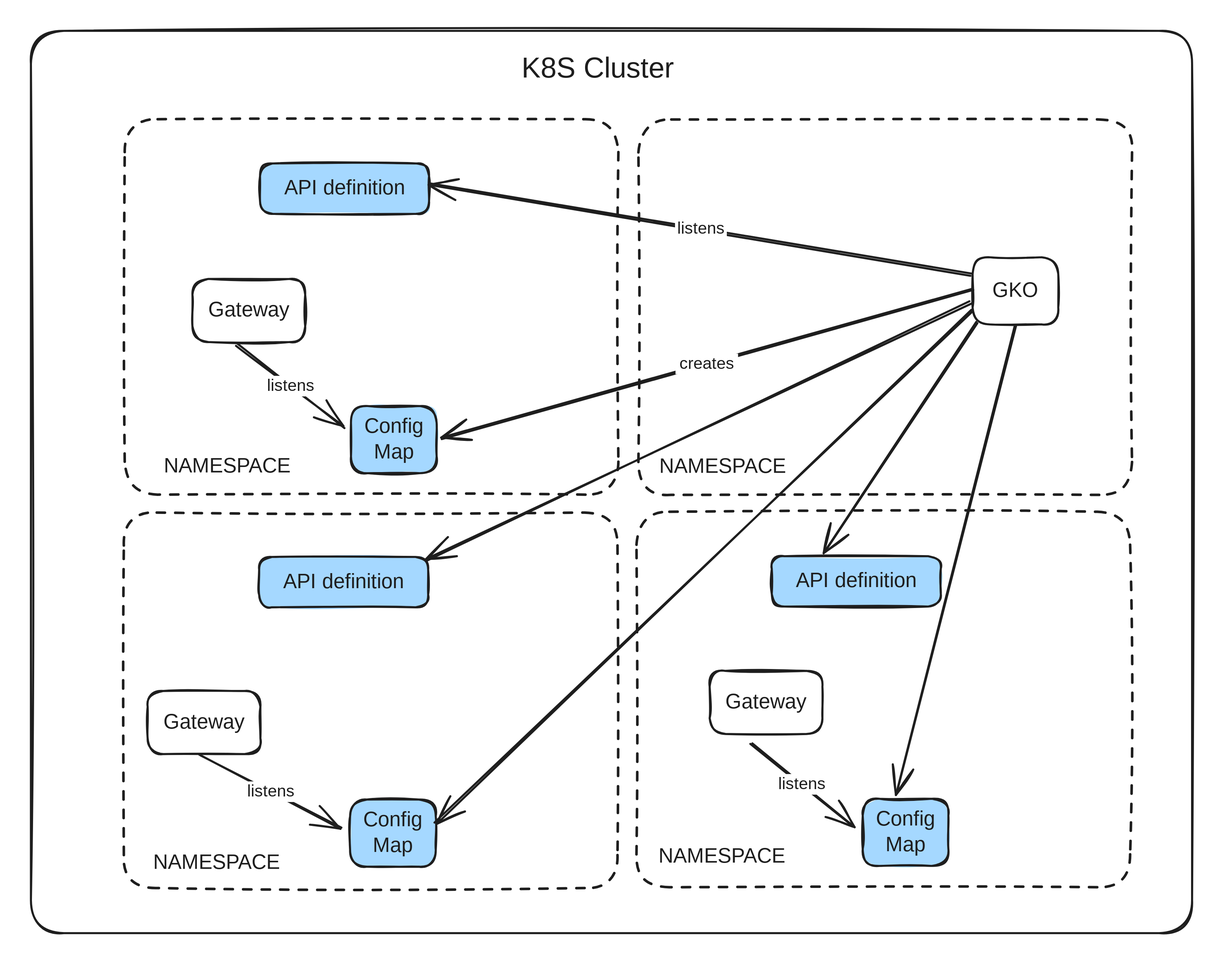
gravitee-io/gravitee-platform-docs keeps this Excalidraw diagram as docs/apim/4.2/.gitbook/assets/file.excalidraw.svg. Above is the earlier version. Source tidied: one line per element, renumbered; positions are measured from the earlier drawing's top-left corner, leaving out a move shared by most shapes.
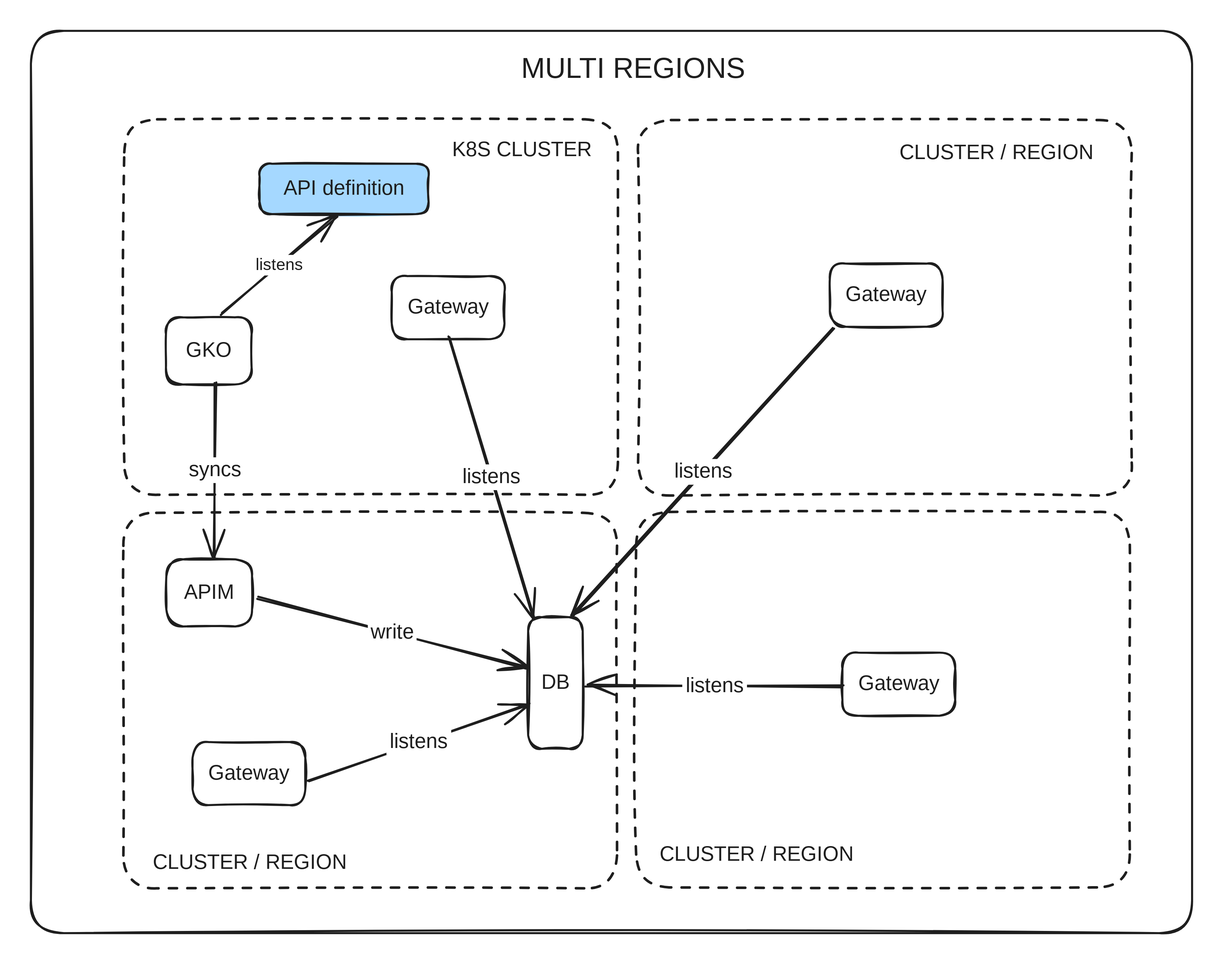
Later version of the same file.

The edit, as a diff of the source:
```diff
@@ -1,44 +1,40 @@
-{"id": 0, "type": "rectangle", "strokeColor": "#1e1e1e", "strokeWidth": 2, "roughness": 1, "round": true, "x": 157, "y": 241, "width": 110, "height": 61}
-{"id": 1, "type": "text", "text": "Gateway", "strokeColor": "#1e1e1e", "strokeWidth": 2, "roughness": 1, "fontSize": 20, "fontFamily": 1, "textAlign": "center", "verticalAlign": "middle", "inside": 0, "x": 169, "y": 259, "width": 86, "height": 25}
-{"id": 2, "type": "rectangle", "strokeColor": "#1e1e1e", "backgroundColor": "#a5d8ff", "fillStyle": "solid", "strokeWidth": 2, "roughness": 1, "round": true, "x": 223, "y": 129, "width": 164, "height": 49}
-{"id": 3, "type": "text", "text": "API definition", "strokeColor": "#1e1e1e", "strokeWidth": 2, "roughness": 1, "fontSize": 20, "fontFamily": 1, "textAlign": "center", "verticalAlign": "middle", "inside": 2, "x": 238, "y": 141, "width": 133, "height": 25}
-{"id": 4, "type": "rectangle", "strokeColor": "#1e1e1e", "backgroundColor": "#a5d8ff", "fillStyle": "solid", "strokeWidth": 2, "roughness": 1, "round": true, "x": 311, "y": 365, "width": 83, "height": 65}
-{"id": 5, "type": "text", "text": "Config\nMap", "strokeColor": "#1e1e1e", "strokeWidth": 2, "roughness": 1, "fontSize": 20, "fontFamily": 1, "textAlign": "center", "verticalAlign": "middle", "inside": 4, "x": 324, "y": 372, "width": 57, "height": 50}
-{"id": 6, "type": "rectangle", "strokeColor": "#1e1e1e", "strokeWidth": 2, "strokeStyle": "dashed", "roughness": 1, "round": true, "x": 91, "y": 86, "width": 480, "height": 365}
-{"id": 7, "type": "rectangle", "strokeColor": "#1e1e1e", "strokeWidth": 2, "roughness": 1, "round": true, "x": 916, "y": 220, "width": 83, "height": 65}
+{"id": 44, "type": "rectangle", "strokeColor": "#1e1e1e", "strokeWidth": 2, "roughness": 1, "round": true, "x": 916, "y": 220, "width": 83, "height": 65}
-{"id": 8, "type": "text", "text": "GKO", "strokeColor": "#1e1e1e", "strokeWidth": 2, "roughness": 1, "fontSize": 20, "fontFamily": 1, "textAlign": "center", "verticalAlign": "middle", "inside": 7, "x": 936, "y": 240, "width": 43, "height": 25}
+{"id": 8, "type": "text", "text": "GKO", "strokeColor": "#1e1e1e", "strokeWidth": 2, "roughness": 1, "fontSize": 20, "fontFamily": 1, "textAlign": "center", "verticalAlign": "middle", "inside": 44, "x": 936, "y": 240, "width": 43, "height": 25}
-{"id": 9, "type": "rectangle", "strokeColor": "#1e1e1e", "strokeWidth": 2, "strokeStyle": "dashed", "roughness": 1, "round": true, "x": 591, "y": 86, "width": 480, "height": 365}
-{"id": 10, "type": "rectangle", "strokeColor": "#1e1e1e", "strokeWidth": 2, "roughness": 1, "round": true, "x": 114, "y": 642, "width": 110, "height": 61}
-{"id": 11, "type": "text", "text": "Gateway", "strokeColor": "#1e1e1e", "strokeWidth": 2, "roughness": 1, "fontSize": 20, "fontFamily": 1, "textAlign": "center", "verticalAlign": "middle", "inside": 10, "x": 125, "y": 660, "width": 86, "height": 25}
-{"id": 12, "type": "rectangle", "strokeColor": "#1e1e1e", "backgroundColor": "#a5d8ff", "fillStyle": "solid", "strokeWidth": 2, "roughness": 1, "round": true, "x": 222, "y": 512, "width": 164, "height": 49}
-{"id": 13, "type": "text", "text": "API definition", "strokeColor": "#1e1e1e", "strokeWidth": 2, "roughness": 1, "fontSize": 20, "fontFamily": 1, "textAlign": "center", "verticalAlign": "middle", "inside": 12, "x": 237, "y": 523, "width": 133, "height": 25}
-{"id": 14, "type": "rectangle", "strokeColor": "#1e1e1e", "backgroundColor": "#a5d8ff", "fillStyle": "solid", "strokeWidth": 2, "roughness": 1, "round": true, "x": 310, "y": 747, "width": 83, "height": 65}
-{"id": 15, "type": "text", "text": "Config\nMap", "strokeColor": "#1e1e1e", "strokeWidth": 2, "roughness": 1, "fontSize": 20, "fontFamily": 1, "textAlign": "center", "verticalAlign": "middle", "inside": 14, "x": 323, "y": 755, "width": 57, "height": 50}
-{"id": 16, "type": "rectangle", "strokeColor": "#1e1e1e", "strokeWidth": 2, "strokeStyle": "dashed", "roughness": 1, "round": true, "x": 90, "y": 468, "width": 480, "height": 365}
-{"id": 17, "type": "rectangle", "strokeColor": "#1e1e1e", "strokeWidth": 2, "roughness": 1, "round": true, "x": 660, "y": 622, "width": 110, "height": 61}
-{"id": 18, "type": "text", "text": "Gateway", "strokeColor": "#1e1e1e", "strokeWidth": 2, "roughness": 1, "fontSize": 20, "fontFamily": 1, "textAlign": "center", "verticalAlign": "middle", "inside": 17, "x": 672, "y": 640, "width": 86, "height": 25}
-{"id": 19, "type": "rectangle", "strokeColor": "#1e1e1e", "backgroundColor": "#a5d8ff", "fillStyle": "solid", "strokeWidth": 2, "roughness": 1, "round": true, "x": 721, "y": 511, "width": 164, "height": 49}
-{"id": 20, "type": "text", "text": "API definition", "strokeColor": "#1e1e1e", "strokeWidth": 2, "roughness": 1, "fontSize": 20, "fontFamily": 1, "textAlign": "center", "verticalAlign": "middle", "inside": 19, "x": 736, "y": 523, "width": 133, "height": 25}
-{"id": 21, "type": "rectangle", "strokeColor": "#1e1e1e", "backgroundColor": "#a5d8ff", "fillStyle": "solid", "strokeWidth": 2, "roughness": 1, "round": true, "x": 809, "y": 747, "width": 83, "height": 65}
-{"id": 22, "type": "text", "text": "Config\nMap", "strokeColor": "#1e1e1e", "strokeWidth": 2, "roughness": 1, "fontSize": 20, "fontFamily": 1, "textAlign": "center", "verticalAlign": "middle", "inside": 21, "x": 822, "y": 754, "width": 57, "height": 50}
-{"id": 23, "type": "rectangle", "strokeColor": "#1e1e1e", "strokeWidth": 2, "strokeStyle": "dashed", "roughness": 1, "round": true, "x": 589, "y": 468, "width": 480, "height": 365}
-{"id": 24, "type": "rectangle", "strokeColor": "#1e1e1e", "strokeWidth": 2, "roughness": 1, "round": true, "x": 0, "y": 0, "width": 1129, "height": 877}
-{"id": 25, "type": "text", "text": "K8S Cluster", "strokeColor": "#1e1e1e", "strokeWidth": 2, "roughness": 1, "fontSize": 28, "fontFamily": 1, "x": 477, "y": 20, "width": 169, "height": 35}
-{"id": 26, "type": "text", "text": "NAMESPACE", "strokeColor": "#1e1e1e", "strokeWidth": 2, "roughness": 1, "fontSize": 20, "fontFamily": 1, "x": 129, "y": 411, "width": 120, "height": 25}
-{"id": 27, "type": "text", "text": "NAMESPACE", "strokeColor": "#1e1e1e", "strokeWidth": 2, "roughness": 1, "fontSize": 20, "fontFamily": 1, "x": 119, "y": 796, "width": 120, "height": 25}
-{"id": 28, "type": "text", "text": "NAMESPACE", "strokeColor": "#1e1e1e", "strokeWidth": 2, "roughness": 1, "fontSize": 20, "fontFamily": 1, "x": 611, "y": 412, "width": 120, "height": 25}
-{"id": 29, "type": "text", "text": "NAMESPACE", "strokeColor": "#1e1e1e", "strokeWidth": 2, "roughness": 1, "fontSize": 20, "fontFamily": 1, "x": 610, "y": 791, "width": 120, "height": 25}
-{"id": 30, "type": "arrow", "strokeColor": "#1e1e1e", "strokeWidth": 2, "roughness": 1, "endArrowhead": "arrow", "round": true, "from": 0, "to": 4, "x": 201, "y": 305, "width": 104, "height": 81, "points": [[0, 0], [104, 81]]}
-{"id": 31, "type": "text", "text": "listens", "strokeColor": "#1e1e1e", "strokeWidth": 2, "roughness": 1, "fontSize": 16, "fontFamily": 1, "textAlign": "center", "verticalAlign": "middle", "inside": 30, "x": 228, "y": 335, "width": 50, "height": 20}
-{"id": 32, "type": "arrow", "strokeColor": "#1e1e1e", "strokeWidth": 2, "roughness": 1, "endArrowhead": "arrow", "round": true, "from": 10, "to": 14, "x": 165, "y": 704, "width": 137, "height": 71, "points": [[0, 0], [137, 71]]}
-{"id": 33, "type": "text", "text": "listens", "strokeColor": "#1e1e1e", "strokeWidth": 2, "roughness": 1, "fontSize": 16, "fontFamily": 1, "textAlign": "center", "verticalAlign": "middle", "inside": 32, "x": 208, "y": 730, "width": 50, "height": 20}
-{"id": 34, "type": "arrow", "strokeColor": "#1e1e1e", "strokeWidth": 2, "roughness": 1, "endArrowhead": "arrow", "round": true, "from": 17, "to": 21, "x": 700, "y": 692, "width": 99, "height": 81, "points": [[0, 0], [99, 81]]}
-{"id": 35, "type": "text", "text": "listens", "strokeColor": "#1e1e1e", "strokeWidth": 2, "roughness": 1, "fontSize": 16, "fontFamily": 1, "textAlign": "center", "verticalAlign": "middle", "inside": 34, "x": 725, "y": 723, "width": 50, "height": 20}
-{"id": 36, "type": "arrow", "strokeColor": "#1e1e1e", "strokeWidth": 2, "roughness": 1, "endArrowhead": "arrow", "round": true, "from": 7, "to": 2, "x": 915, "y": 237, "width": 526, "height": 88, "points": [[0, 0], [-526, -88]]}
-{"id": 37, "type": "text", "text": "listens", "strokeColor": "#1e1e1e", "strokeWidth": 2, "roughness": 1, "fontSize": 16, "fontFamily": 1, "textAlign": "center", "verticalAlign": "middle", "inside": 36, "x": 626, "y": 183, "width": 50, "height": 20}
-{"id": 38, "type": "arrow", "strokeColor": "#1e1e1e", "strokeWidth": 2, "roughness": 1, "endArrowhead": "arrow", "round": true, "to": 19, "x": 920, "y": 285, "width": 148, "height": 223, "points": [[0, 0], [-148, 223]]}
-{"id": 39, "type": "arrow", "strokeColor": "#1e1e1e", "strokeWidth": 2, "roughness": 1, "endArrowhead": "arrow", "round": true, "from": 7, "x": 913, "y": 264, "width": 529, "height": 251, "points": [[0, 0], [-529, 251]]}
-{"id": 40, "type": "arrow", "strokeColor": "#1e1e1e", "strokeWidth": 2, "roughness": 1, "endArrowhead": "arrow", "round": true, "from": 7, "to": 21, "x": 958, "y": 286, "width": 116, "height": 456, "points": [[0, 0], [-116, 456]]}
-{"id": 41, "type": "arrow", "strokeColor": "#1e1e1e", "strokeWidth": 2, "roughness": 1, "endArrowhead": "arrow", "round": true, "to": 4, "x": 916, "y": 252, "width": 517, "height": 144, "points": [[0, 0], [-517, 144]]}
-{"id": 42, "type": "text", "text": "creates", "strokeColor": "#1e1e1e", "strokeWidth": 2, "roughness": 1, "fontSize": 16, "fontFamily": 1, "textAlign": "center", "verticalAlign": "middle", "inside": 41, "x": 627, "y": 314, "width": 61, "height": 20}
-{"id": 43, "type": "arrow", "strokeColor": "#1e1e1e", "strokeWidth": 2, "roughness": 1, "endArrowhead": "arrow", "round": true, "x": 916, "y": 273, "width": 523, "height": 497, "points": [[0, 0], [-523, 497]]}
+{"id": 45, "type": "rectangle", "strokeColor": "#1e1e1e", "strokeWidth": 2, "roughness": 1, "round": true, "x": 1135, "y": 180, "width": 110, "height": 61}
+{"id": 46, "type": "text", "text": "Gateway", "strokeColor": "#1e1e1e", "strokeWidth": 2, "roughness": 1, "fontSize": 20, "fontFamily": 1, "textAlign": "center", "verticalAlign": "middle", "inside": 45, "x": 1147, "y": 198, "width": 86, "height": 25}
+{"id": 47, "type": "rectangle", "strokeColor": "#1e1e1e", "backgroundColor": "#a5d8ff", "fillStyle": "solid", "strokeWidth": 2, "roughness": 1, "round": true, "x": 1007, "y": 71, "width": 164, "height": 49}
+{"id": 48, "type": "text", "text": "API definition", "strokeColor": "#1e1e1e", "strokeWidth": 2, "roughness": 1, "fontSize": 20, "fontFamily": 1, "textAlign": "center", "verticalAlign": "middle", "inside": 47, "x": 1022, "y": 83, "width": 133, "height": 25}
+{"id": 49, "type": "arrow", "strokeColor": "#1e1e1e", "strokeWidth": 2, "roughness": 1, "endArrowhead": "arrow", "round": true, "from": 44, "to": 47, "x": 970, "y": 217, "width": 113, "height": 95, "points": [[0, 0], [113, -95]]}
+{"id": 50, "type": "text", "text": "listens", "strokeColor": "#1e1e1e", "strokeWidth": 2, "roughness": 1, "fontSize": 16, "fontFamily": 1, "textAlign": "center", "verticalAlign": "middle", "inside": 49, "x": 1001, "y": 159, "width": 50, "height": 20}
+{"id": 51, "type": "rectangle", "strokeColor": "#1e1e1e", "strokeWidth": 2, "strokeStyle": "dashed", "roughness": 1, "round": true, "x": 875, "y": 28, "width": 480, "height": 365}
+{"id": 52, "type": "rectangle", "strokeColor": "#1e1e1e", "strokeWidth": 2, "strokeStyle": "dashed", "roughness": 1, "round": true, "x": 1375, "y": 28, "width": 480, "height": 365}
+{"id": 53, "type": "rectangle", "strokeColor": "#1e1e1e", "strokeWidth": 2, "strokeStyle": "dashed", "roughness": 1, "round": true, "x": 874, "y": 410, "width": 480, "height": 365}
+{"id": 54, "type": "rectangle", "strokeColor": "#1e1e1e", "strokeWidth": 2, "strokeStyle": "dashed", "roughness": 1, "round": true, "x": 1373, "y": 409, "width": 480, "height": 365}
+{"id": 55, "type": "rectangle", "strokeColor": "#1e1e1e", "strokeWidth": 2, "roughness": 1, "round": true, "x": 784, "y": -58, "width": 1129, "height": 877}
+{"id": 56, "type": "text", "text": "MULTI REGIONS", "strokeColor": "#1e1e1e", "strokeWidth": 2, "roughness": 1, "fontSize": 28, "fontFamily": 1, "x": 1261, "y": -38, "width": 241, "height": 35}
+{"id": 57, "type": "text", "text": "K8S CLUSTER", "strokeColor": "#1e1e1e", "strokeWidth": 2, "roughness": 1, "fontSize": 20, "fontFamily": 1, "x": 1194, "y": 45, "width": 144, "height": 25}
+{"id": 58, "type": "text", "text": "CLUSTER / REGION", "strokeColor": "#1e1e1e", "strokeWidth": 2, "roughness": 1, "fontSize": 20, "fontFamily": 1, "x": 903, "y": 738, "width": 206, "height": 25}
+{"id": 59, "type": "text", "text": "CLUSTER / REGION", "strokeColor": "#1e1e1e", "strokeWidth": 2, "roughness": 1, "fontSize": 20, "fontFamily": 1, "x": 1629, "y": 48, "width": 206, "height": 25}
+{"id": 60, "type": "rectangle", "strokeColor": "#1e1e1e", "strokeWidth": 2, "roughness": 1, "round": true, "x": 916, "y": 455, "width": 83, "height": 65}
+{"id": 61, "type": "text", "text": "APIM", "strokeColor": "#1e1e1e", "strokeWidth": 2, "roughness": 1, "fontSize": 20, "fontFamily": 1, "textAlign": "center", "verticalAlign": "middle", "inside": 60, "x": 932, "y": 476, "width": 53, "height": 25}
+{"id": 62, "type": "rectangle", "strokeColor": "#1e1e1e", "strokeWidth": 2, "roughness": 1, "round": true, "x": 1268, "y": 512, "width": 53, "height": 128}
+{"id": 63, "type": "text", "text": "DB", "strokeColor": "#1e1e1e", "strokeWidth": 2, "roughness": 1, "fontSize": 20, "fontFamily": 1, "textAlign": "center", "verticalAlign": "middle", "inside": 62, "x": 1280, "y": 563, "width": 30, "height": 25}
+{"id": 64, "type": "rectangle", "strokeColor": "#1e1e1e", "strokeWidth": 2, "roughness": 1, "round": true, "x": 942, "y": 633, "width": 110, "height": 61}
+{"id": 65, "type": "text", "text": "Gateway", "strokeColor": "#1e1e1e", "strokeWidth": 2, "roughness": 1, "fontSize": 20, "fontFamily": 1, "textAlign": "center", "verticalAlign": "middle", "inside": 64, "x": 953, "y": 651, "width": 86, "height": 25}
+{"id": 66, "type": "arrow", "strokeColor": "#1e1e1e", "strokeWidth": 2, "roughness": 1, "endArrowhead": "arrow", "round": true, "from": 64, "x": 1055, "y": 670, "width": 214, "height": 74, "points": [[0, 0], [214, -74]]}
+{"id": 67, "type": "text", "text": "listens", "strokeColor": "#1e1e1e", "strokeWidth": 2, "roughness": 1, "fontSize": 20, "fontFamily": 1, "textAlign": "center", "verticalAlign": "middle", "inside": 66, "x": 1130, "y": 620, "width": 63, "height": 25}
+{"id": 68, "type": "arrow", "strokeColor": "#1e1e1e", "strokeWidth": 2, "roughness": 1, "endArrowhead": "arrow", "round": true, "to": 60, "x": 964, "y": 283, "width": 1, "height": 171, "points": [[0, 0], [-1, 171]]}
+{"id": 69, "type": "text", "text": "syncs", "strokeColor": "#1e1e1e", "strokeWidth": 2, "roughness": 1, "fontSize": 20, "fontFamily": 1, "textAlign": "center", "verticalAlign": "middle", "inside": 68, "x": 938, "y": 356, "width": 50, "height": 25}
+{"id": 70, "type": "arrow", "strokeColor": "#1e1e1e", "strokeWidth": 2, "roughness": 1, "endArrowhead": "arrow", "round": true, "from": 60, "to": 62, "x": 1005, "y": 493, "width": 262, "height": 68, "points": [[0, 0], [262, 68]]}
+{"id": 71, "type": "text", "text": "write", "strokeColor": "#1e1e1e", "strokeWidth": 2, "roughness": 1, "fontSize": 20, "fontFamily": 1, "textAlign": "center", "verticalAlign": "middle", "inside": 70, "x": 1112, "y": 514, "width": 47, "height": 25}
+{"id": 72, "type": "rectangle", "strokeColor": "#1e1e1e", "strokeWidth": 2, "roughness": 1, "round": true, "x": 1561, "y": 168, "width": 110, "height": 61}
+{"id": 73, "type": "text", "text": "Gateway", "strokeColor": "#1e1e1e", "strokeWidth": 2, "roughness": 1, "fontSize": 20, "fontFamily": 1, "textAlign": "center", "verticalAlign": "middle", "inside": 72, "x": 1573, "y": 186, "width": 86, "height": 25}
+{"id": 74, "type": "arrow", "strokeColor": "#1e1e1e", "strokeWidth": 2, "roughness": 1, "endArrowhead": "arrow", "round": true, "from": 72, "to": 62, "x": 1565, "y": 230, "width": 254, "height": 280, "points": [[0, 0], [-254, 280]]}
+{"id": 75, "type": "text", "text": "listens", "strokeColor": "#1e1e1e", "strokeWidth": 2, "roughness": 1, "fontSize": 20, "fontFamily": 1, "textAlign": "center", "verticalAlign": "middle", "inside": 74, "x": 1407, "y": 358, "width": 63, "height": 25}
+{"id": 76, "type": "arrow", "strokeColor": "#1e1e1e", "strokeWidth": 2, "roughness": 1, "endArrowhead": "arrow", "round": true, "x": 1191, "y": 239, "width": 83, "height": 273, "points": [[0, 0], [83, 273]]}
+{"id": 77, "type": "text", "text": "listens", "strokeColor": "#1e1e1e", "strokeWidth": 2, "roughness": 1, "fontSize": 20, "fontFamily": 1, "textAlign": "center", "verticalAlign": "middle", "inside": 76, "x": 1201, "y": 363, "width": 63, "height": 25}
+{"id": 78, "type": "rectangle", "strokeColor": "#1e1e1e", "strokeWidth": 2, "roughness": 1, "round": true, "x": 1574, "y": 546, "width": 110, "height": 61}
+{"id": 79, "type": "text", "text": "Gateway", "strokeColor": "#1e1e1e", "strokeWidth": 2, "roughness": 1, "fontSize": 20, "fontFamily": 1, "textAlign": "center", "verticalAlign": "middle", "inside": 78, "x": 1585, "y": 564, "width": 86, "height": 25}
+{"id": 80, "type": "arrow", "strokeColor": "#1e1e1e", "strokeWidth": 2, "roughness": 1, "endArrowhead": "arrow", "round": true, "to": 62, "x": 1575, "y": 579, "width": 250, "height": 1, "points": [[0, 0], [-250, -1]]}
+{"id": 81, "type": "text", "text": "listens", "strokeColor": "#1e1e1e", "strokeWidth": 2, "roughness": 1, "fontSize": 20, "fontFamily": 1, "textAlign": "center", "verticalAlign": "middle", "inside": 80, "x": 1418, "y": 566, "width": 63, "height": 25}
+{"id": 82, "type": "text", "text": "CLUSTER / REGION", "strokeColor": "#1e1e1e", "strokeWidth": 2, "roughness": 1, "fontSize": 20, "fontFamily": 1, "x": 1396, "y": 730, "width": 206, "height": 25}
```
